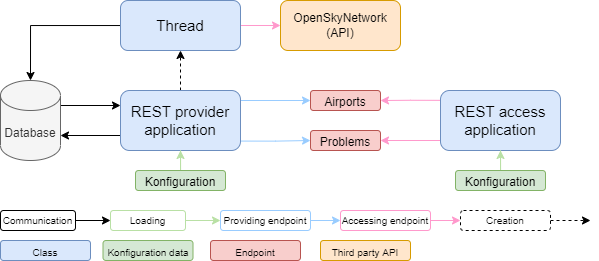
TheRealHuzy/Simple-Rest-System keeps this draw.io diagram as Simple Rest System.png. Above is the earlier version. Source tidied: cells renumbered, new cells last; positions are measured from the earlier drawing's top-left corner, leaving out a move shared by most shapes.
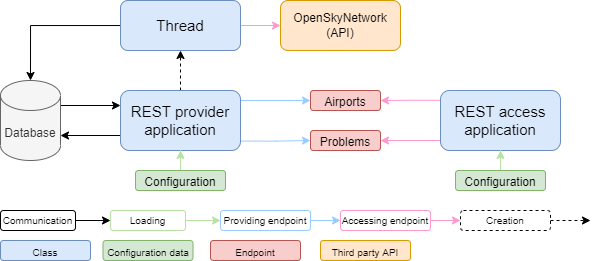
Above is the later version.

What changed in the source:
```diff
@@ -52,19 +52,19 @@
     <mxCell id="15" style="edgeStyle=orthogonalEdgeStyle;rounded=0;jettySize=auto;html=1;entryX=0.5;entryY=1;entryDx=0;entryDy=0;strokeColor=#B9E0A5;" parent="1" edge="1" source="16" target="6">
       <mxGeometry relative="1" as="geometry" />
     </mxCell>
-    <mxCell id="16" value="&lt;font style=&quot;font-size: 12px;&quot;&gt;Konfiguration&lt;/font&gt;" style="rounded=1;whiteSpace=wrap;html=1;fontSize=15;fillColor=#d5e8d4;strokeColor=#82b366;" parent="1" vertex="1">
+    <mxCell id="16" value="&lt;font style=&quot;font-size: 12px;&quot;&gt;Configuration&lt;/font&gt;" style="rounded=1;whiteSpace=wrap;html=1;fontSize=15;fillColor=#d5e8d4;strokeColor=#82b366;" parent="1" vertex="1">
       <mxGeometry x="135" y="170" width="90" height="20" as="geometry" />
     </mxCell>
     <mxCell id="17" style="edgeStyle=orthogonalEdgeStyle;rounded=0;jettySize=auto;html=1;entryX=0.5;entryY=1;entryDx=0;entryDy=0;fontSize=12;strokeColor=#B9E0A5;" parent="1" edge="1" source="18" target="9">
       <mxGeometry relative="1" as="geometry" />
     </mxCell>
-    <mxCell id="18" value="&lt;font style=&quot;font-size: 12px;&quot;&gt;Konfiguration&lt;/font&gt;" style="rounded=1;whiteSpace=wrap;html=1;fontSize=15;fillColor=#d5e8d4;strokeColor=#82b366;" parent="1" vertex="1">
+    <mxCell id="18" value="&lt;font style=&quot;font-size: 12px;&quot;&gt;Configuration&lt;/font&gt;" style="rounded=1;whiteSpace=wrap;html=1;fontSize=15;fillColor=#d5e8d4;strokeColor=#82b366;" parent="1" vertex="1">
       <mxGeometry x="455" y="170" width="90" height="20" as="geometry" />
     </mxCell>
     <mxCell id="19" value="&lt;font style=&quot;font-size: 10px;&quot;&gt;Class&lt;/font&gt;" style="rounded=1;whiteSpace=wrap;html=1;fillColor=#dae8fc;strokeColor=#6c8ebf;fontSize=15;" parent="1" vertex="1">
       <mxGeometry y="240" width="90" height="20" as="geometry" />
     </mxCell>
-    <mxCell id="20" value="&lt;font style=&quot;font-size: 10px;&quot;&gt;Konfiguration data&lt;/font&gt;" style="rounded=1;whiteSpace=wrap;html=1;fillColor=#d5e8d4;strokeColor=#82b366;fontSize=15;" parent="1" vertex="1">
+    <mxCell id="20" value="&lt;font style=&quot;font-size: 10px;&quot;&gt;Configuration data&lt;/font&gt;" style="rounded=1;whiteSpace=wrap;html=1;fillColor=#d5e8d4;strokeColor=#82b366;fontSize=15;" parent="1" vertex="1">
       <mxGeometry x="102.5" y="240" width="90" height="20" as="geometry" />
     </mxCell>
     <mxCell id="21" value="&lt;font style=&quot;font-size: 10px;&quot;&gt;Endpoint&lt;/font&gt;" style="rounded=1;whiteSpace=wrap;html=1;fillColor=#f8cecc;strokeColor=#b85450;fontSize=15;" parent="1" vertex="1">
```
